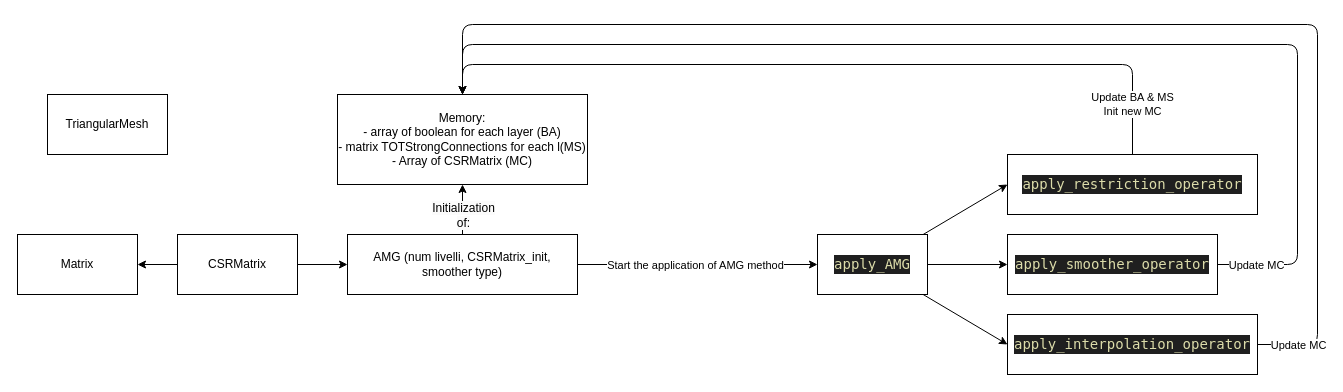
The draw.io diagram AMG/general_structure.drawio in Stefo01/multigrid_prj, before the edit. Source tidied: cells renumbered, new cells numbered last; positions are measured from the earlier drawing's top-left corner, leaving out a move shared by most shapes. Both pictures are drawn from the tidied source at 100%, with x=0, y=0 at pixel (17, 24).
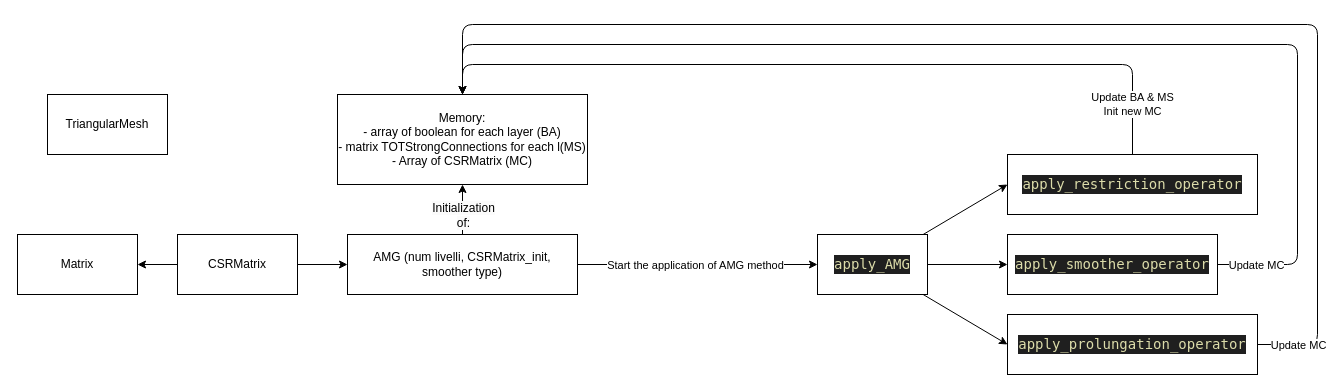
After the change.

Change to the diagram source:
```diff
@@
-    <mxCell id="17" value="&lt;div style=&quot;color: rgb(204, 204, 204); background-color: rgb(31, 31, 31); font-family: &amp;quot;Droid Sans Mono&amp;quot;, &amp;quot;monospace&amp;quot;, monospace; font-size: 14px; line-height: 19px; white-space: pre;&quot;&gt;&lt;span style=&quot;color: #dcdcaa;&quot;&gt;apply_interpolation_operator&lt;/span&gt;&lt;/div&gt;" style="rounded=0;whiteSpace=wrap;html=1;" parent="1" vertex="1">
+    <mxCell id="17" value="&lt;div style=&quot;color: rgb(204, 204, 204); background-color: rgb(31, 31, 31); font-family: &amp;quot;Droid Sans Mono&amp;quot;, &amp;quot;monospace&amp;quot;, monospace; font-size: 14px; line-height: 19px; white-space: pre;&quot;&gt;&lt;div style=&quot;color: rgb(204, 204, 204); line-height: 19px;&quot;&gt;&lt;span style=&quot;color: #dcdcaa;&quot;&gt;apply_prolungation_operator&lt;/span&gt;&lt;/div&gt;&lt;/div&gt;" style="rounded=0;whiteSpace=wrap;html=1;" parent="1" vertex="1">
       <mxGeometry x="990" y="290" width="250" height="60" as="geometry" />
     </mxCell>
```
